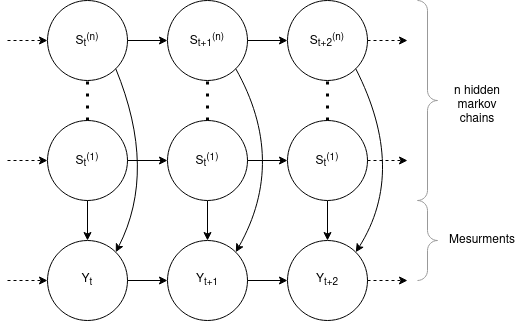
The draw.io diagram poster/figures/FHMM.drawio.png in BenjaminFrazer/thesis_tools, before a commit. Source tidied: cells renumbered, new cells last; positions are measured from the earlier drawing's top-left corner, leaving out a move shared by most shapes.
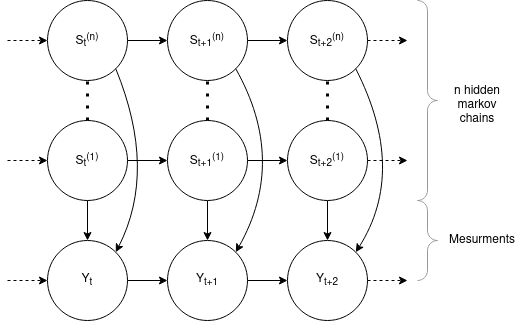
Above is the later version.

Commit message:
corrected fhmm figure

Diff of the diagram source:
```diff
@@ -8,7 +8,7 @@
     <mxCell id="3" style="edgeStyle=orthogonalEdgeStyle;rounded=0;jettySize=auto;html=1;exitX=0.5;exitY=1;exitDx=0;exitDy=0;entryX=0.5;entryY=0;entryDx=0;entryDy=0;strokeWidth=1;" parent="1" edge="1" source="4" target="18">
       <mxGeometry relative="1" as="geometry" />
     </mxCell>
-    <mxCell id="4" value="S&lt;sub&gt;t&lt;/sub&gt;&lt;sup&gt;(1)&lt;/sup&gt;" style="ellipse;whiteSpace=wrap;html=1;" parent="1" vertex="1">
+    <mxCell id="4" value="S&lt;sub&gt;t+1&lt;/sub&gt;&lt;sup&gt;(1)&lt;/sup&gt;" style="ellipse;whiteSpace=wrap;html=1;" parent="1" vertex="1">
       <mxGeometry x="160" y="120" width="80" height="80" as="geometry" />
     </mxCell>
     <mxCell id="5" value="S&lt;sub&gt;t&lt;/sub&gt;&lt;sup&gt;(1)&lt;/sup&gt;" style="ellipse;whiteSpace=wrap;html=1;" parent="1" vertex="1">
@@ -23,7 +23,7 @@
     <mxCell id="8" style="edgeStyle=orthogonalEdgeStyle;rounded=0;jettySize=auto;html=1;exitX=0.5;exitY=1;exitDx=0;exitDy=0;entryX=0.5;entryY=0;entryDx=0;entryDy=0;strokeWidth=1;" parent="1" edge="1" source="9" target="20">
       <mxGeometry relative="1" as="geometry" />
     </mxCell>
-    <mxCell id="9" value="S&lt;sub&gt;t&lt;/sub&gt;&lt;sup&gt;(1)&lt;/sup&gt;" style="ellipse;whiteSpace=wrap;html=1;" parent="1" vertex="1">
+    <mxCell id="9" value="S&lt;sub&gt;t+2&lt;/sub&gt;&lt;sup&gt;(1)&lt;/sup&gt;" style="ellipse;whiteSpace=wrap;html=1;" parent="1" vertex="1">
       <mxGeometry x="280" y="120" width="80" height="80" as="geometry" />
     </mxCell>
     <mxCell id="10" style="endArrow=classic;html=1;rounded=0;entryX=0;entryY=0.5;entryDx=0;entryDy=0;dashed=1;" parent="1" edge="1" target="2">
```
